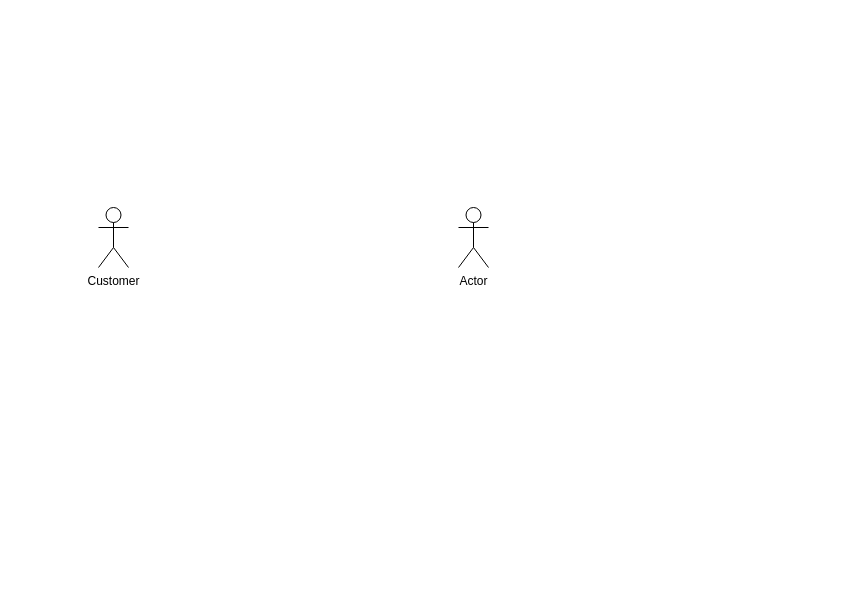
Above: .metadata/Untitled Diagram.drawio in Michall2021/learn-java (draw.io), before the change. Source tidied: cells renumbered, new cells numbered last; positions are measured from the earlier drawing's top-left corner, leaving out a move shared by most shapes. Both pictures are drawn from the tidied source at 100%, with x=0, y=0 at pixel (98, 207).
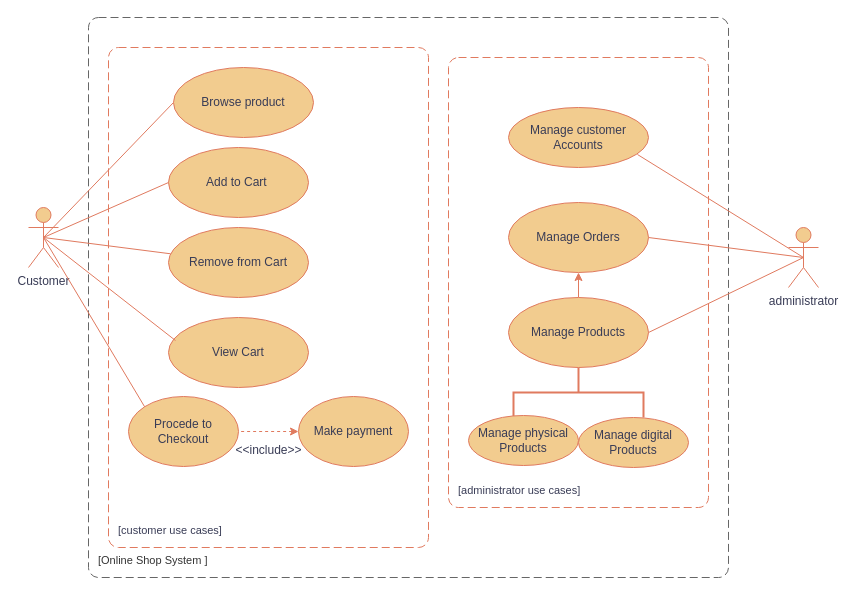
The same page after the edit.

Diff of the diagram source:
```diff
@@
-    <mxCell id="2" value="Customer" style="shape=umlActor;verticalLabelPosition=bottom;verticalAlign=top;html=1;outlineConnect=0;" parent="1" vertex="1">
-      <mxGeometry width="30" height="60" as="geometry" />
+    <mxCell id="2" value="Customer" style="shape=umlActor;verticalLabelPosition=bottom;verticalAlign=top;html=1;outlineConnect=0;labelBackgroundColor=none;fillColor=#F2CC8F;strokeColor=#E07A5F;fontColor=#393C56;" parent="1" vertex="1">
+      <mxGeometry x="-70" width="30" height="60" as="geometry" />
     </mxCell>
-    <mxCell id="3" value="Actor" style="shape=umlActor;verticalLabelPosition=bottom;verticalAlign=top;html=1;outlineConnect=0;" parent="1" vertex="1">
-      <mxGeometry x="360" width="30" height="60" as="geometry" />
+    <mxCell id="3" value="administrator" style="shape=umlActor;verticalLabelPosition=bottom;verticalAlign=top;html=1;outlineConnect=0;labelBackgroundColor=none;fillColor=#F2CC8F;strokeColor=#E07A5F;fontColor=#393C56;" parent="1" vertex="1">
+      <mxGeometry x="690" y="20" width="30" height="60" as="geometry" />
     </mxCell>
+    <object id="4" label="&lt;font style=&quot;font-size: 16px&quot;&gt;&lt;b&gt;&lt;div style=&quot;text-align: left&quot;&gt;%c4Name%&lt;/div&gt;&lt;/b&gt;&lt;/font&gt;&lt;div style=&quot;text-align: left&quot;&gt;[%c4Application%]&lt;/div&gt;" c4Application="administrator use cases" c4Name="" placeholders="1">
+      <mxCell style="rounded=1;fontSize=11;whiteSpace=wrap;html=1;dashed=1;arcSize=20;fillColor=none;strokeColor=#E07A5F;fontColor=#393C56;labelBackgroundColor=none;align=left;verticalAlign=bottom;labelBorderColor=none;spacingTop=0;spacing=10;dashPattern=8 4;perimeter=rectanglePerimeter;noLabel=0;labelPadding=0;absoluteArcSize=1;" parent="1" vertex="1">
+        <mxGeometry x="350" y="-150" width="260" height="450" as="geometry" />
+      </mxCell>
+    </object>
+    <object id="5" label="&lt;font style=&quot;font-size: 16px&quot;&gt;&lt;b&gt;&lt;div style=&quot;text-align: left&quot;&gt;%c4Name%&lt;/div&gt;&lt;/b&gt;&lt;/font&gt;&lt;div style=&quot;text-align: left&quot;&gt;[%c4Application%]&lt;/div&gt;" c4Application="customer use cases" c4Name="" placeholders="1">
+      <mxCell style="rounded=1;fontSize=11;whiteSpace=wrap;html=1;dashed=1;arcSize=20;fillColor=none;strokeColor=#E07A5F;fontColor=#393C56;labelBackgroundColor=none;align=left;verticalAlign=bottom;labelBorderColor=none;spacingTop=0;spacing=10;dashPattern=8 4;perimeter=rectanglePerimeter;noLabel=0;labelPadding=0;absoluteArcSize=1;" parent="1" vertex="1">
+        <mxGeometry x="10" y="-160" width="320" height="500" as="geometry" />
+      </mxCell>
+    </object>
+    <object id="6" label="&lt;font style=&quot;font-size: 16px&quot;&gt;&lt;b&gt;&lt;div style=&quot;text-align: left&quot;&gt;%c4Name%&lt;/div&gt;&lt;/b&gt;&lt;/font&gt;&lt;div style=&quot;text-align: left&quot;&gt;[%c4Application%]&lt;/div&gt;" c4Application="Online Shop System " c4Name="" placeholders="1">
+      <mxCell style="rounded=1;fontSize=11;whiteSpace=wrap;html=1;dashed=1;arcSize=20;fillColor=none;strokeColor=#666666;fontColor=#333333;labelBackgroundColor=none;align=left;verticalAlign=bottom;labelBorderColor=none;spacingTop=0;spacing=10;dashPattern=8 4;perimeter=rectanglePerimeter;noLabel=0;labelPadding=0;absoluteArcSize=1;" parent="1" vertex="1">
+        <mxGeometry x="-10" y="-190" width="640" height="560" as="geometry" />
+      </mxCell>
+    </object>
+    <mxCell id="7" style="edgeStyle=orthogonalEdgeStyle;rounded=0;jettySize=auto;html=1;strokeColor=#E07A5F;fontColor=#393C56;fillColor=#F2CC8F;" parent="1" edge="1" source="8" target="9">
+      <mxGeometry relative="1" as="geometry" />
+    </mxCell>
+    <mxCell id="8" value="Manage Products" style="ellipse;whiteSpace=wrap;html=1;strokeColor=#E07A5F;fontColor=#393C56;fillColor=#F2CC8F;" parent="1" vertex="1">
+      <mxGeometry x="410" y="90" width="140" height="70" as="geometry" />
+    </mxCell>
+    <mxCell id="9" value="Manage Orders" style="ellipse;whiteSpace=wrap;html=1;strokeColor=#E07A5F;fontColor=#393C56;fillColor=#F2CC8F;" parent="1" vertex="1">
+      <mxGeometry x="410" y="-5" width="140" height="70" as="geometry" />
+    </mxCell>
+    <mxCell id="10" value="Manage customer Accounts" style="ellipse;whiteSpace=wrap;html=1;strokeColor=#E07A5F;fontColor=#393C56;fillColor=#F2CC8F;" parent="1" vertex="1">
+      <mxGeometry x="410" y="-100" width="140" height="60" as="geometry" />
+    </mxCell>
+    <mxCell id="11" value="Browse product" style="ellipse;whiteSpace=wrap;html=1;strokeColor=#E07A5F;fontColor=#393C56;fillColor=#F2CC8F;" parent="1" vertex="1">
+      <mxGeometry x="75" y="-140" width="140" height="70" as="geometry" />
+    </mxCell>
+    <mxCell id="12" value="Add to Cart&amp;nbsp;" style="ellipse;whiteSpace=wrap;html=1;strokeColor=#E07A5F;fontColor=#393C56;fillColor=#F2CC8F;" parent="1" vertex="1">
+      <mxGeometry x="70" y="-60" width="140" height="70" as="geometry" />
+    </mxCell>
+    <mxCell id="13" value="Remove from Cart" style="ellipse;whiteSpace=wrap;html=1;strokeColor=#E07A5F;fontColor=#393C56;fillColor=#F2CC8F;" parent="1" vertex="1">
+      <mxGeometry x="70" y="20" width="140" height="70" as="geometry" />
+    </mxCell>
+    <mxCell id="14" value="View Cart" style="ellipse;whiteSpace=wrap;html=1;strokeColor=#E07A5F;fontColor=#393C56;fillColor=#F2CC8F;" parent="1" vertex="1">
+      <mxGeometry x="70" y="110" width="140" height="70" as="geometry" />
+    </mxCell>
+    <mxCell id="15" value="Procede to Checkout" style="ellipse;whiteSpace=wrap;html=1;strokeColor=#E07A5F;fontColor=#393C56;fillColor=#F2CC8F;" parent="1" vertex="1">
+      <mxGeometry x="30" y="189" width="110" height="70" as="geometry" />
+    </mxCell>
+    <mxCell id="16" value="Make payment" style="ellipse;whiteSpace=wrap;html=1;strokeColor=#E07A5F;fontColor=#393C56;fillColor=#F2CC8F;" parent="1" vertex="1">
+      <mxGeometry x="200" y="189" width="110" height="70" as="geometry" />
+    </mxCell>
+    <mxCell id="17" style="endArrow=none;startArrow=none;html=1;rounded=0;strokeColor=#E07A5F;fontColor=#393C56;fillColor=#F2CC8F;startFill=0;endFill=0;exitX=0.5;exitY=0.5;exitDx=0;exitDy=0;exitPerimeter=0;" parent="1" edge="1" source="2" target="13">
+      <mxGeometry relative="1" as="geometry" />
+    </mxCell>
+    <mxCell id="18" style="endArrow=none;startArrow=none;html=1;rounded=0;strokeColor=#E07A5F;fontColor=#393C56;fillColor=#F2CC8F;startFill=0;endFill=0;exitX=0.5;exitY=0.5;exitDx=0;exitDy=0;exitPerimeter=0;entryX=0.05;entryY=0.329;entryDx=0;entryDy=0;entryPerimeter=0;" parent="1" edge="1" source="2" target="14">
+      <mxGeometry relative="1" as="geometry" />
+    </mxCell>
+    <mxCell id="19" style="endArrow=none;startArrow=none;html=1;rounded=0;strokeColor=#E07A5F;fontColor=#393C56;fillColor=#F2CC8F;startFill=0;endFill=0;exitX=0.5;exitY=0.5;exitDx=0;exitDy=0;exitPerimeter=0;entryX=0;entryY=0.5;entryDx=0;entryDy=0;" parent="1" edge="1" source="2" target="12">
+      <mxGeometry relative="1" as="geometry" />
+    </mxCell>
+    <mxCell id="20" style="endArrow=none;startArrow=none;html=1;rounded=0;strokeColor=#E07A5F;fontColor=#393C56;fillColor=#F2CC8F;startFill=0;endFill=0;entryX=0;entryY=0.5;entryDx=0;entryDy=0;exitX=0.5;exitY=0.5;exitDx=0;exitDy=0;exitPerimeter=0;" parent="1" edge="1" source="2" target="11">
+      <mxGeometry relative="1" as="geometry" />
+    </mxCell>
+    <mxCell id="21" style="endArrow=none;startArrow=none;html=1;rounded=0;strokeColor=#E07A5F;fontColor=#393C56;fillColor=#F2CC8F;startFill=0;endFill=0;entryX=0;entryY=0;entryDx=0;entryDy=0;exitX=0.5;exitY=0.5;exitDx=0;exitDy=0;exitPerimeter=0;" parent="1" edge="1" source="2" target="15">
+      <mxGeometry relative="1" as="geometry" />
+    </mxCell>
+    <mxCell id="22" style="endArrow=none;dashed=1;html=1;rounded=0;strokeColor=#E07A5F;fontColor=#393C56;fillColor=#F2CC8F;entryX=1;entryY=0.5;entryDx=0;entryDy=0;exitX=0;exitY=0.5;exitDx=0;exitDy=0;endFill=0;startArrow=classic;startFill=1;" parent="1" edge="1" source="16" target="15">
+      <mxGeometry relative="1" as="geometry" />
+    </mxCell>
+    <mxCell id="23" value="&amp;lt;&amp;lt;include&amp;gt;&amp;gt;" style="text;html=1;align=center;verticalAlign=middle;strokeColor=none;fillColor=none;fontColor=#393C56;" parent="1" vertex="1">
+      <mxGeometry x="125" y="228" width="90" height="30" as="geometry" />
+    </mxCell>
+    <mxCell id="24" style="endArrow=none;startArrow=none;html=1;rounded=0;strokeColor=#E07A5F;fontColor=#393C56;fillColor=#F2CC8F;startFill=0;endFill=0;entryX=0.5;entryY=0.5;entryDx=0;entryDy=0;entryPerimeter=0;exitX=0.921;exitY=0.783;exitDx=0;exitDy=0;exitPerimeter=0;" parent="1" edge="1" source="10" target="3">
+      <mxGeometry relative="1" as="geometry" />
+    </mxCell>
+    <mxCell id="25" style="endArrow=none;startArrow=none;html=1;rounded=0;strokeColor=#E07A5F;fontColor=#393C56;fillColor=#F2CC8F;startFill=0;endFill=0;entryX=0.5;entryY=0.5;entryDx=0;entryDy=0;entryPerimeter=0;exitX=1;exitY=0.5;exitDx=0;exitDy=0;" parent="1" edge="1" source="9" target="3">
+      <mxGeometry relative="1" as="geometry" />
+    </mxCell>
+    <mxCell id="26" style="endArrow=none;startArrow=none;html=1;rounded=0;strokeColor=#E07A5F;fontColor=#393C56;fillColor=#F2CC8F;startFill=0;endFill=0;entryX=0.5;entryY=0.5;entryDx=0;entryDy=0;entryPerimeter=0;exitX=1;exitY=0.5;exitDx=0;exitDy=0;" parent="1" edge="1" source="8" target="3">
+      <mxGeometry relative="1" as="geometry" />
+    </mxCell>
+    <mxCell id="27" style="strokeWidth=2;html=1;shape=mxgraph.flowchart.annotation_2;align=left;labelPosition=right;strokeColor=#E07A5F;fontColor=#393C56;fillColor=#F2CC8F;direction=south;verticalAlign=bottom;" parent="1" vertex="1">
+      <mxGeometry x="415" y="160" width="130" height="50" as="geometry" />
+    </mxCell>
+    <mxCell id="28" value="Manage physical Products" style="ellipse;whiteSpace=wrap;html=1;strokeColor=#E07A5F;fontColor=#393C56;fillColor=#F2CC8F;" parent="1" vertex="1">
+      <mxGeometry x="370" y="208" width="110" height="50" as="geometry" />
+    </mxCell>
+    <mxCell id="29" value="Manage digital Products" style="ellipse;whiteSpace=wrap;html=1;strokeColor=#E07A5F;fontColor=#393C56;fillColor=#F2CC8F;" parent="1" vertex="1">
+      <mxGeometry x="480" y="210" width="110" height="50" as="geometry" />
+    </mxCell>
```
